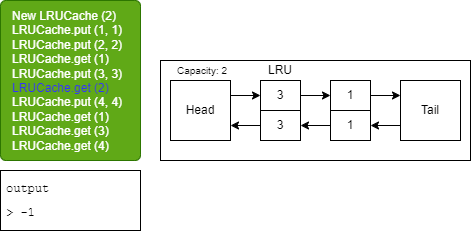
The draw.io diagram Final_Interview/slides/Slide7.png in bert799/CodingInterviews, before a commit. Source tidied: cells renumbered, new cells last; positions are measured from the earlier drawing's top-left corner, leaving out a move shared by most shapes.
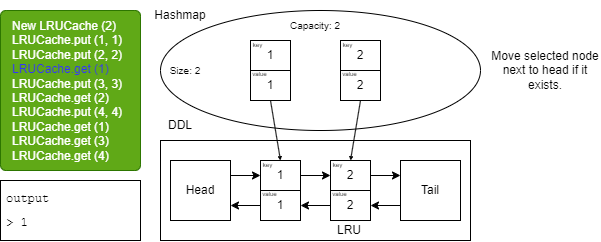
Above is the later version.

Change to the diagram source:
```diff
@@ -2,56 +2,125 @@
   <root>
     <mxCell id="0" />
     <mxCell id="1" parent="0" />
-    <mxCell id="2" value="&lt;span style=&quot;&quot;&gt;&#9;&lt;/span&gt;New LRUCache (2)&lt;br&gt;&lt;span style=&quot;&quot;&gt;&#9;&lt;/span&gt;LRUCache.put (1, 1)&lt;br&gt;&lt;span style=&quot;&quot;&gt;&#9;&lt;/span&gt;LRUCache.put (2, 2)&lt;br&gt;LRUCache.get (1)&lt;br&gt;LRUCache.put (3, 3)&lt;br&gt;&lt;font color=&quot;#3333ff&quot;&gt;LRUCache.get (2)&lt;br&gt;&lt;/font&gt;LRUCache.put (4, 4)&lt;br&gt;LRUCache.get (1)&lt;br&gt;LRUCache.get (3)&lt;br&gt;LRUCache.get (4)" style="rounded=1;whiteSpace=wrap;html=1;fillColor=#60a917;verticalAlign=top;align=left;arcSize=4;spacingTop=2;spacingLeft=10;spacingBottom=2;fontColor=#ffffff;strokeColor=#2D7600;" parent="1" vertex="1">
+    <mxCell id="2" value="&lt;span style=&quot;&quot;&gt;&#9;&lt;/span&gt;New LRUCache (2)&lt;br&gt;&lt;span style=&quot;&quot;&gt;&#9;&lt;/span&gt;LRUCache.put (1, 1)&lt;br&gt;&lt;span style=&quot;&quot;&gt;&#9;&lt;/span&gt;LRUCache.put (2, 2)&lt;br&gt;&lt;font color=&quot;#3333ff&quot;&gt;LRUCache.get (1)&lt;br&gt;&lt;/font&gt;LRUCache.put (3, 3)&lt;br&gt;LRUCache.get (2)&lt;br&gt;LRUCache.put (4, 4)&lt;br&gt;LRUCache.get (1)&lt;br&gt;LRUCache.get (3)&lt;br&gt;LRUCache.get (4)" style="rounded=1;whiteSpace=wrap;html=1;fillColor=#60a917;verticalAlign=top;align=left;arcSize=4;spacingTop=2;spacingLeft=10;spacingBottom=2;fontColor=#ffffff;strokeColor=#2D7600;" parent="1" vertex="1">
       <mxGeometry width="140" height="160" as="geometry" />
     </mxCell>
-    <mxCell id="3" value="&lt;pre style=&quot;line-height: 0%;&quot;&gt;&lt;font color=&quot;#000000&quot;&gt;output&lt;/font&gt;&lt;/pre&gt;&lt;pre style=&quot;text-align: center; line-height: 0%;&quot;&gt;&lt;font color=&quot;#000000&quot;&gt;&lt;br&gt;&lt;/font&gt;&lt;/pre&gt;&lt;pre style=&quot;text-align: justify; line-height: 0%;&quot;&gt;&lt;font color=&quot;#000000&quot;&gt;&amp;gt; -1&lt;/font&gt;&lt;/pre&gt;" style="rounded=0;whiteSpace=wrap;html=1;verticalAlign=top;align=left;spacingLeft=4;fillColor=none;strokeColor=#000000;" parent="1" vertex="1">
+    <mxCell id="3" value="&lt;pre style=&quot;line-height: 0%;&quot;&gt;&lt;font color=&quot;#000000&quot;&gt;output&lt;/font&gt;&lt;/pre&gt;&lt;pre style=&quot;text-align: center; line-height: 0%;&quot;&gt;&lt;font color=&quot;#000000&quot;&gt;&lt;br&gt;&lt;/font&gt;&lt;/pre&gt;&lt;pre style=&quot;text-align: justify; line-height: 0%;&quot;&gt;&lt;font color=&quot;#000000&quot;&gt;&amp;gt; 1&lt;/font&gt;&lt;/pre&gt;" style="rounded=0;whiteSpace=wrap;html=1;verticalAlign=top;align=left;spacingLeft=4;fillColor=none;strokeColor=#000000;" parent="1" vertex="1">
       <mxGeometry y="170" width="140" height="60" as="geometry" />
     </mxCell>
-    <mxCell id="4" style="rounded=0;whiteSpace=wrap;html=1;fontSize=12;fillColor=none;strokeColor=#000000;" parent="1" vertex="1">
-      <mxGeometry x="160" y="60" width="310" height="100" as="geometry" />
-    </mxCell>
+    <mxCell id="19" value="Move selected node next to head if it exists." style="text;html=1;strokeColor=none;fillColor=none;align=center;verticalAlign=middle;whiteSpace=wrap;rounded=0;fontColor=#000000;" parent="1" vertex="1">
+      <mxGeometry x="490" y="32.5" width="110" height="55" as="geometry" />
+    </mxCell>
+    <mxCell id="20" style="rounded=0;whiteSpace=wrap;html=1;fontSize=12;fillColor=none;strokeColor=#000000;" parent="1" vertex="1">
+      <mxGeometry x="160" y="130" width="310" height="100" as="geometry" />
+    </mxCell>
+    <mxCell id="21" style="edgeStyle=none;html=1;exitX=1;exitY=0.25;exitDx=0;exitDy=0;fontSize=10;fontColor=#FFFFFF;strokeColor=#000000;entryX=0;entryY=0.5;entryDx=0;entryDy=0;" parent="1" edge="1" source="8" target="40">
+      <mxGeometry relative="1" as="geometry" />
+    </mxCell>
+    <mxCell id="8" value="&lt;font color=&quot;#000000&quot;&gt;Head&lt;/font&gt;" style="whiteSpace=wrap;html=1;rounded=0;strokeColor=#000000;fontSize=12;fillColor=none;" parent="1" vertex="1">
+      <mxGeometry x="170" y="150" width="60" height="60" as="geometry" />
+    </mxCell>
+    <mxCell id="22" style="edgeStyle=none;html=1;exitX=0;exitY=0.75;exitDx=0;exitDy=0;entryX=1;entryY=0.5;entryDx=0;entryDy=0;strokeColor=#000000;fontSize=10;fontColor=#FFFFFF;" parent="1" edge="1" source="10" target="30">
+      <mxGeometry relative="1" as="geometry" />
+    </mxCell>
+    <mxCell id="10" value="&lt;font color=&quot;#000000&quot;&gt;Tail&lt;/font&gt;" style="whiteSpace=wrap;html=1;rounded=0;strokeColor=#000000;fontSize=12;fillColor=none;" parent="1" vertex="1">
+      <mxGeometry x="400" y="150" width="60" height="60" as="geometry" />
+    </mxCell>
+    <mxCell id="23" style="edgeStyle=none;html=1;exitX=1;exitY=0.5;exitDx=0;exitDy=0;entryX=0;entryY=0.25;entryDx=0;entryDy=0;strokeColor=#000000;fontSize=10;fontColor=#FFFFFF;" parent="1" edge="1" source="29" target="10">
+      <mxGeometry relative="1" as="geometry" />
+    </mxCell>
+    <mxCell id="24" style="edgeStyle=none;html=1;exitX=0;exitY=0.5;exitDx=0;exitDy=0;strokeColor=#000000;fontSize=10;fontColor=#FFFFFF;entryX=1;entryY=0.5;entryDx=0;entryDy=0;" parent="1" edge="1" source="30" target="41">
+      <mxGeometry relative="1" as="geometry" />
+    </mxCell>
     <mxCell id="5" value="&lt;font style=&quot;font-size: 10px;&quot;&gt;Capacity: 2&lt;/font&gt;" style="text;html=1;strokeColor=none;fillColor=none;align=center;verticalAlign=middle;whiteSpace=wrap;rounded=0;fontColor=#000000;" parent="1" vertex="1">
-      <mxGeometry x="167" y="55" width="70" height="30" as="geometry" />
+      <mxGeometry x="280" width="70" height="30" as="geometry" />
     </mxCell>
+    <mxCell id="25" style="ellipse;whiteSpace=wrap;html=1;fillColor=none;strokeColor=#000000;" parent="1" vertex="1">
+      <mxGeometry x="160" width="320" height="120" as="geometry" />
+    </mxCell>
+    <mxCell id="26" value="&lt;font color=&quot;#000000&quot;&gt;Hashmap&lt;/font&gt;" style="text;html=1;strokeColor=none;fillColor=none;align=center;verticalAlign=middle;whiteSpace=wrap;rounded=0;" parent="1" vertex="1">
+      <mxGeometry x="150" y="-10" width="60" height="30" as="geometry" />
+    </mxCell>
+    <mxCell id="27" value="&lt;font color=&quot;#000000&quot;&gt;DDL&lt;/font&gt;" style="text;html=1;strokeColor=none;fillColor=none;align=center;verticalAlign=middle;whiteSpace=wrap;rounded=0;" parent="1" vertex="1">
+      <mxGeometry x="150" y="100" width="60" height="30" as="geometry" />
+    </mxCell>
+    <mxCell id="28" style="group;" parent="1" vertex="1">
+      <mxGeometry x="325" y="148" width="45" height="62" as="geometry" />
+    </mxCell>
+    <mxCell id="29" value="2" style="rounded=0;whiteSpace=wrap;html=1;strokeColor=#000000;fontSize=12;fontColor=#000000;fillColor=none;" parent="28" vertex="1">
+      <mxGeometry x="5" y="2" width="40" height="30" as="geometry" />
+    </mxCell>
+    <mxCell id="30" value="2" style="rounded=0;whiteSpace=wrap;html=1;strokeColor=#000000;fontSize=12;fontColor=#000000;fillColor=none;" parent="28" vertex="1">
+      <mxGeometry x="5" y="32" width="40" height="30" as="geometry" />
+    </mxCell>
+    <mxCell id="31" value="&lt;font style=&quot;font-size: 6px;&quot; color=&quot;#000000&quot;&gt;key&lt;/font&gt;" style="text;html=1;strokeColor=none;fillColor=none;align=center;verticalAlign=middle;whiteSpace=wrap;rounded=0;" parent="28" vertex="1">
+      <mxGeometry width="25" height="10" as="geometry" />
+    </mxCell>
+    <mxCell id="32" value="&lt;font style=&quot;font-size: 6px;&quot; color=&quot;#000000&quot;&gt;value&lt;/font&gt;" style="text;html=1;strokeColor=none;fillColor=none;align=center;verticalAlign=middle;whiteSpace=wrap;rounded=0;" parent="28" vertex="1">
+      <mxGeometry x="2" y="29" width="25" height="10" as="geometry" />
+    </mxCell>
+    <mxCell id="33" style="edgeStyle=none;html=1;exitX=0.5;exitY=1;exitDx=0;exitDy=0;fontSize=6;fillColor=#d80073;strokeColor=#000000;endSize=2;startSize=2;jumpSize=6;strokeWidth=1;entryX=0.5;entryY=0;entryDx=0;entryDy=0;" parent="1" edge="1" source="36" target="40">
+      <mxGeometry relative="1" as="geometry" />
+    </mxCell>
+    <mxCell id="34" style="group;" parent="1" vertex="1">
+      <mxGeometry x="245" y="28" width="45" height="62" as="geometry" />
+    </mxCell>
+    <mxCell id="35" value="1" style="rounded=0;whiteSpace=wrap;html=1;strokeColor=#000000;fontSize=12;fontColor=#000000;fillColor=none;" parent="34" vertex="1">
+      <mxGeometry x="5" y="2" width="40" height="30" as="geometry" />
+    </mxCell>
+    <mxCell id="36" value="1" style="rounded=0;whiteSpace=wrap;html=1;strokeColor=#000000;fontSize=12;fontColor=#000000;fillColor=none;" parent="34" vertex="1">
+      <mxGeometry x="5" y="32" width="40" height="30" as="geometry" />
+    </mxCell>
+    <mxCell id="37" value="&lt;font style=&quot;font-size: 6px;&quot; color=&quot;#000000&quot;&gt;key&lt;/font&gt;" style="text;html=1;strokeColor=none;fillColor=none;align=center;verticalAlign=middle;whiteSpace=wrap;rounded=0;" parent="34" vertex="1">
+      <mxGeometry width="25" height="10" as="geometry" />
+    </mxCell>
+    <mxCell id="38" value="&lt;font style=&quot;font-size: 6px;&quot; color=&quot;#000000&quot;&gt;value&lt;/font&gt;" style="text;html=1;strokeColor=none;fillColor=none;align=center;verticalAlign=middle;whiteSpace=wrap;rounded=0;" parent="34" vertex="1">
+      <mxGeometry x="2" y="29" width="25" height="10" as="geometry" />
+    </mxCell>
     <mxCell id="6" value="LRU" style="text;html=1;strokeColor=none;fillColor=none;align=center;verticalAlign=middle;whiteSpace=wrap;rounded=0;fontSize=12;fontColor=#000000;" parent="1" vertex="1">
-      <mxGeometry x="255" y="60" width="50" height="20" as="geometry" />
+      <mxGeometry x="324" y="210" width="50" height="20" as="geometry" />
     </mxCell>
-    <mxCell id="7" style="edgeStyle=none;html=1;exitX=1;exitY=0.25;exitDx=0;exitDy=0;entryX=0;entryY=0.5;entryDx=0;entryDy=0;fontSize=12;fontColor=#000000;strokeColor=#000000;" parent="1" edge="1" source="8" target="12">
-      <mxGeometry relative="1" as="geometry" />
-    </mxCell>
-    <mxCell id="8" value="&lt;font color=&quot;#000000&quot;&gt;Head&lt;/font&gt;" style="whiteSpace=wrap;html=1;rounded=0;strokeColor=#000000;fontSize=12;fillColor=none;" parent="1" vertex="1">
-      <mxGeometry x="170" y="80" width="60" height="60" as="geometry" />
-    </mxCell>
-    <mxCell id="9" style="edgeStyle=none;html=1;exitX=0;exitY=0.75;exitDx=0;exitDy=0;entryX=1;entryY=0.5;entryDx=0;entryDy=0;strokeColor=#000000;fontSize=12;fontColor=#000000;" parent="1" edge="1" source="10" target="18">
-      <mxGeometry relative="1" as="geometry" />
-    </mxCell>
-    <mxCell id="10" value="&lt;font color=&quot;#000000&quot;&gt;Tail&lt;/font&gt;" style="whiteSpace=wrap;html=1;rounded=0;strokeColor=#000000;fontSize=12;fillColor=none;" parent="1" vertex="1">
-      <mxGeometry x="400" y="80" width="60" height="60" as="geometry" />
-    </mxCell>
-    <mxCell id="11" style="edgeStyle=none;html=1;exitX=1;exitY=0.5;exitDx=0;exitDy=0;entryX=0;entryY=0.5;entryDx=0;entryDy=0;strokeColor=#000000;fontSize=12;fontColor=#000000;" parent="1" edge="1" source="12" target="14">
-      <mxGeometry relative="1" as="geometry" />
-    </mxCell>
-    <mxCell id="12" value="3" style="rounded=0;whiteSpace=wrap;html=1;strokeColor=#000000;fontSize=12;fontColor=#000000;fillColor=none;" parent="1" vertex="1">
-      <mxGeometry x="260" y="80" width="40" height="30" as="geometry" />
-    </mxCell>
-    <mxCell id="13" style="edgeStyle=none;html=1;exitX=1;exitY=0.5;exitDx=0;exitDy=0;entryX=0;entryY=0.25;entryDx=0;entryDy=0;strokeColor=#000000;fontSize=12;fontColor=#000000;" parent="1" edge="1" source="14" target="10">
-      <mxGeometry relative="1" as="geometry" />
-    </mxCell>
-    <mxCell id="14" value="1" style="rounded=0;whiteSpace=wrap;html=1;strokeColor=#000000;fontSize=12;fontColor=#000000;fillColor=none;" parent="1" vertex="1">
-      <mxGeometry x="330" y="80" width="40" height="30" as="geometry" />
-    </mxCell>
-    <mxCell id="15" style="edgeStyle=none;html=1;exitX=0;exitY=0.5;exitDx=0;exitDy=0;entryX=1;entryY=0.75;entryDx=0;entryDy=0;strokeColor=#000000;fontSize=12;fontColor=#000000;" parent="1" edge="1" source="16" target="8">
-      <mxGeometry relative="1" as="geometry" />
-    </mxCell>
-    <mxCell id="16" value="3" style="rounded=0;whiteSpace=wrap;html=1;strokeColor=#000000;fontSize=12;fontColor=#000000;fillColor=none;" parent="1" vertex="1">
-      <mxGeometry x="260" y="110" width="40" height="30" as="geometry" />
-    </mxCell>
-    <mxCell id="17" style="edgeStyle=none;html=1;exitX=0;exitY=0.5;exitDx=0;exitDy=0;strokeColor=#000000;fontSize=12;fontColor=#000000;" parent="1" edge="1" source="18" target="16">
-      <mxGeometry relative="1" as="geometry" />
-    </mxCell>
-    <mxCell id="18" value="1" style="rounded=0;whiteSpace=wrap;html=1;strokeColor=#000000;fontSize=12;fontColor=#000000;fillColor=none;" parent="1" vertex="1">
-      <mxGeometry x="330" y="110" width="40" height="30" as="geometry" />
-    </mxCell>
+    <mxCell id="39" style="group;" parent="1" vertex="1">
+      <mxGeometry x="255" y="148" width="45" height="62" as="geometry" />
+    </mxCell>
+    <mxCell id="40" value="1" style="rounded=0;whiteSpace=wrap;html=1;strokeColor=#000000;fontSize=12;fontColor=#000000;fillColor=none;" parent="39" vertex="1">
+      <mxGeometry x="5" y="2" width="40" height="30" as="geometry" />
+    </mxCell>
+    <mxCell id="41" value="1" style="rounded=0;whiteSpace=wrap;html=1;strokeColor=#000000;fontSize=12;fontColor=#000000;fillColor=none;" parent="39" vertex="1">
+      <mxGeometry x="5" y="32" width="40" height="30" as="geometry" />
+    </mxCell>
+    <mxCell id="42" value="&lt;font style=&quot;font-size: 6px;&quot; color=&quot;#000000&quot;&gt;key&lt;/font&gt;" style="text;html=1;strokeColor=none;fillColor=none;align=center;verticalAlign=middle;whiteSpace=wrap;rounded=0;" parent="39" vertex="1">
+      <mxGeometry width="25" height="10" as="geometry" />
+    </mxCell>
+    <mxCell id="43" value="&lt;font style=&quot;font-size: 6px;&quot; color=&quot;#000000&quot;&gt;value&lt;/font&gt;" style="text;html=1;strokeColor=none;fillColor=none;align=center;verticalAlign=middle;whiteSpace=wrap;rounded=0;" parent="39" vertex="1">
+      <mxGeometry x="2" y="29" width="25" height="10" as="geometry" />
+    </mxCell>
+    <mxCell id="44" style="edgeStyle=none;html=1;exitX=1;exitY=0.5;exitDx=0;exitDy=0;entryX=0;entryY=0.5;entryDx=0;entryDy=0;strokeColor=#000000;" parent="1" edge="1" source="40" target="29">
+      <mxGeometry relative="1" as="geometry" />
+    </mxCell>
+    <mxCell id="45" style="edgeStyle=none;html=1;exitX=0;exitY=0.5;exitDx=0;exitDy=0;entryX=1;entryY=0.75;entryDx=0;entryDy=0;strokeColor=#000000;" parent="1" edge="1" source="41" target="8">
+      <mxGeometry relative="1" as="geometry" />
+    </mxCell>
+    <mxCell id="46" style="group;" parent="1" vertex="1">
+      <mxGeometry x="335" y="28" width="45" height="62" as="geometry" />
+    </mxCell>
+    <mxCell id="47" value="2" style="rounded=0;whiteSpace=wrap;html=1;strokeColor=#000000;fontSize=12;fontColor=#000000;fillColor=none;" parent="46" vertex="1">
+      <mxGeometry x="5" y="2" width="40" height="30" as="geometry" />
+    </mxCell>
+    <mxCell id="48" value="2" style="rounded=0;whiteSpace=wrap;html=1;strokeColor=#000000;fontSize=12;fontColor=#000000;fillColor=none;" parent="46" vertex="1">
+      <mxGeometry x="5" y="32" width="40" height="30" as="geometry" />
+    </mxCell>
+    <mxCell id="49" value="&lt;font style=&quot;font-size: 6px;&quot; color=&quot;#000000&quot;&gt;key&lt;/font&gt;" style="text;html=1;strokeColor=none;fillColor=none;align=center;verticalAlign=middle;whiteSpace=wrap;rounded=0;" parent="46" vertex="1">
+      <mxGeometry width="25" height="10" as="geometry" />
+    </mxCell>
+    <mxCell id="50" value="&lt;font style=&quot;font-size: 6px;&quot; color=&quot;#000000&quot;&gt;value&lt;/font&gt;" style="text;html=1;strokeColor=none;fillColor=none;align=center;verticalAlign=middle;whiteSpace=wrap;rounded=0;" parent="46" vertex="1">
+      <mxGeometry x="2" y="29" width="25" height="10" as="geometry" />
+    </mxCell>
+    <mxCell id="51" style="edgeStyle=none;html=1;exitX=0.5;exitY=1;exitDx=0;exitDy=0;strokeColor=#000000;endSize=2;startSize=2;entryX=0.5;entryY=0;entryDx=0;entryDy=0;" parent="1" edge="1" source="48" target="29">
+      <mxGeometry relative="1" as="geometry" />
+    </mxCell>
+    <mxCell id="52" value="&lt;font style=&quot;font-size: 10px;&quot;&gt;Size: 2&lt;br&gt;&lt;/font&gt;" style="text;html=1;strokeColor=none;fillColor=none;align=center;verticalAlign=middle;whiteSpace=wrap;rounded=0;fontColor=#000000;" parent="1" vertex="1">
+      <mxGeometry x="150" y="45" width="70" height="30" as="geometry" />
+    </mxCell>
   </root>
 </mxGraphModel>
```
